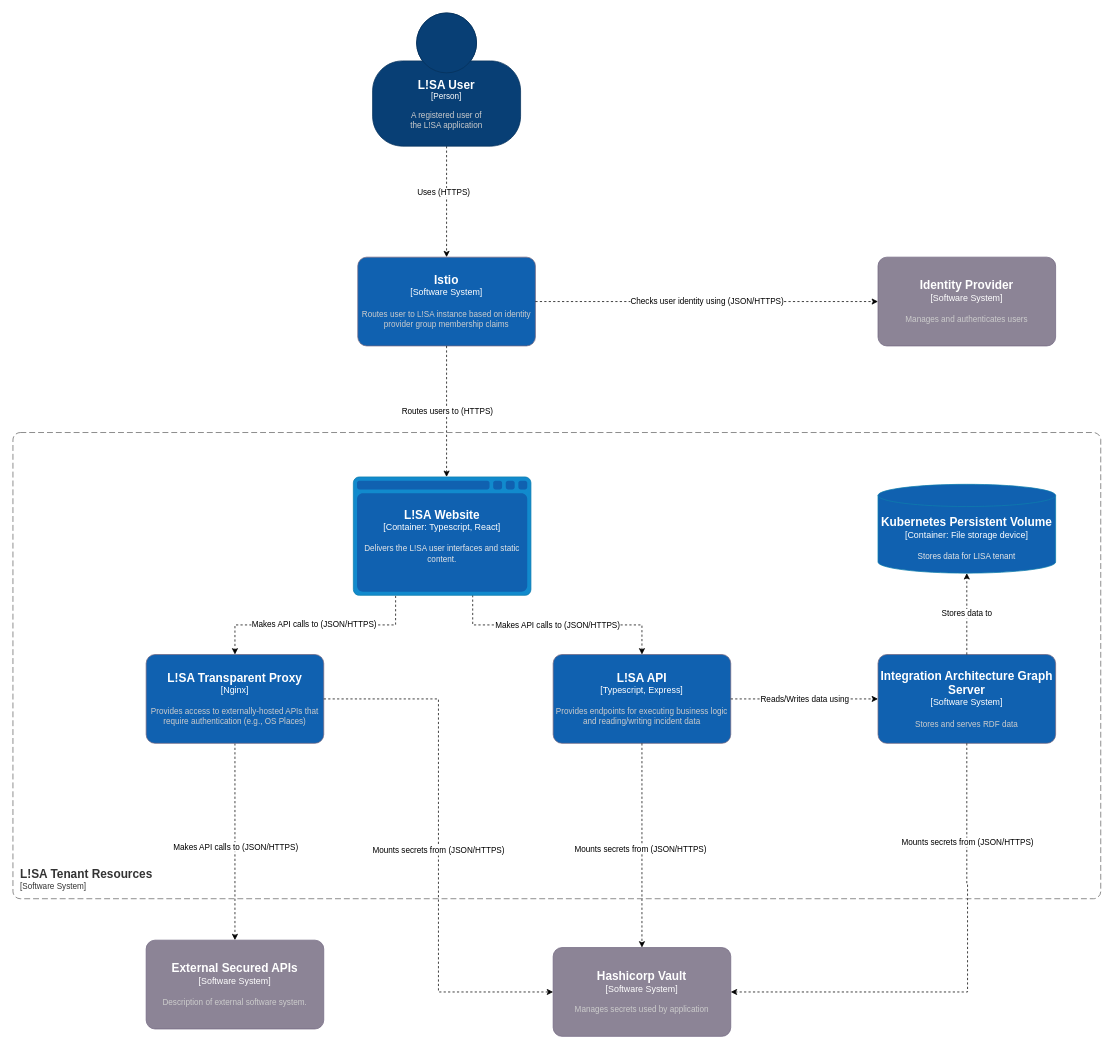
Earlier version of the draw.io diagram page "Level 2" (2 of 2) of diagrams/c4/LISA C4.drawio (National-Digital-Twin/LISA). Source tidied: cells renumbered, new cells numbered last; positions are measured from the earlier drawing's top-left corner, leaving out a move shared by most shapes. Both pictures are drawn from the tidied source at 74%, with x=0, y=0 at pixel (13, 13).
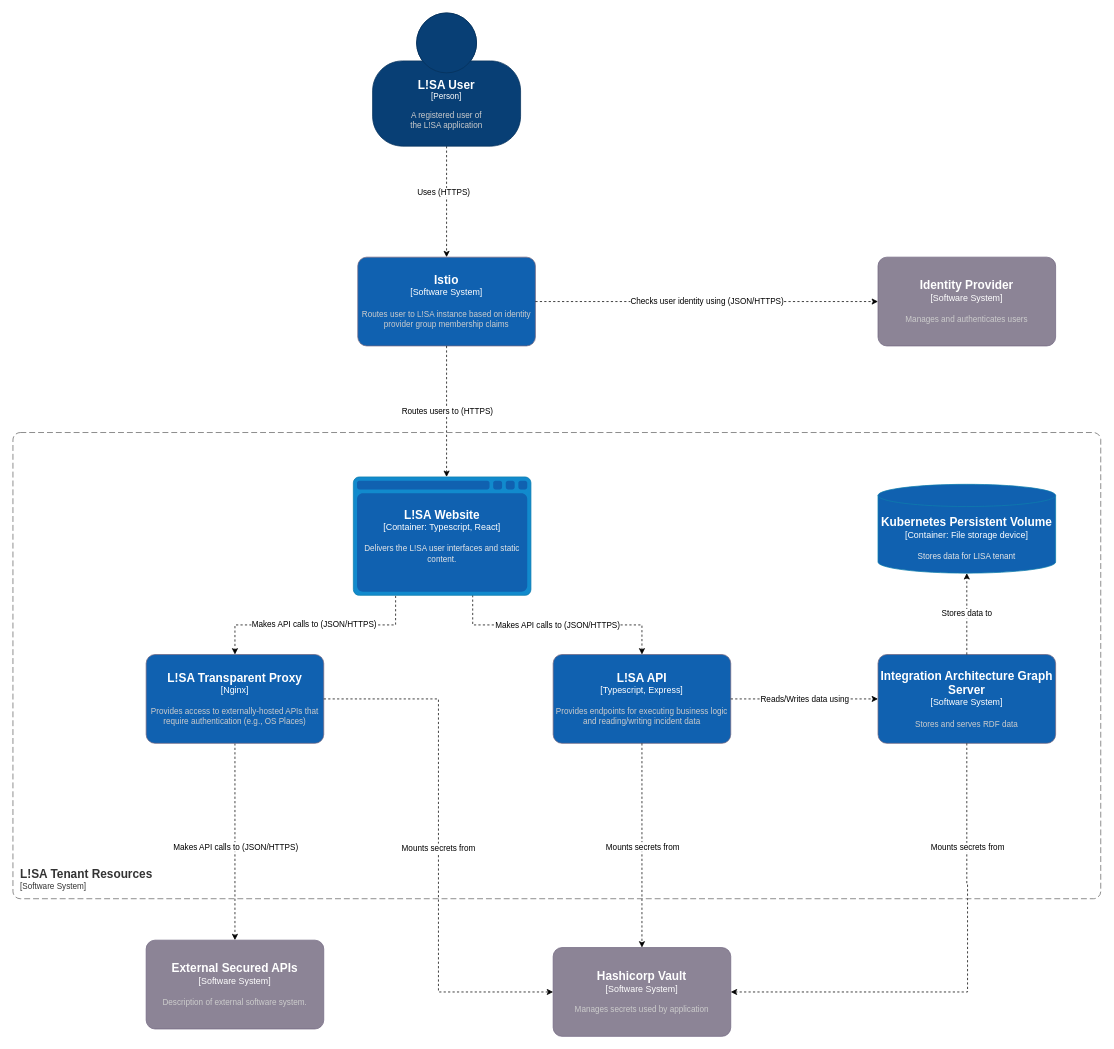
Above is the later version.

Commit message (it also covers changes not shown here):
feature(DPAV-1055): minor correction to secrets protocol in C4 model

The change refers to these unchanged cells:
```xml
<object id="9" label="&lt;font style=&quot;font-size: 16px&quot;&gt;&lt;b&gt;%c4Name%&lt;/b&gt;&lt;/font&gt;&lt;div&gt;[%c4Type%]&lt;/div&gt;&lt;br&gt;&lt;div&gt;&lt;font style=&quot;font-size: 11px&quot;&gt;&lt;font color=&quot;#cccccc&quot;&gt;%c4Description%&lt;/font&gt;&lt;/div&gt;" c4Description="Provides access to externally-hosted APIs that require authentication (e.g., OS Places)" c4Name="L!SA Transparent Proxy" c4Type="Nginx" placeholders="1">
  <mxCell style="rounded=1;whiteSpace=wrap;html=1;labelBackgroundColor=none;fillColor=light-dark(#1061b0, #7e7787);fontColor=#ffffff;align=center;arcSize=10;strokeColor=#736782;points=[[0.25,0,0],[0.5,0,0],[0.75,0,0],[1,0.25,0],[1,0.5,0],[1,0.75,0],[0.75,1,0],[0.5,1,0],[0.25,1,0],[0,0.75,0],[0,0.5,0],[0,0.25,0]];" parent="1" vertex="1">
    <mxGeometry x="180" y="867" width="240" height="120" as="geometry" />
  </mxCell>
</object>
<object id="16" label="&lt;font style=&quot;font-size: 16px&quot;&gt;&lt;b&gt;%c4Name%&lt;/b&gt;&lt;/font&gt;&lt;div&gt;[%c4Type%]&lt;/div&gt;&lt;br&gt;&lt;div&gt;&lt;font style=&quot;font-size: 11px&quot;&gt;&lt;font color=&quot;#cccccc&quot;&gt;%c4Description%&lt;/font&gt;&lt;/div&gt;" c4Description="Manages secrets used by application" c4Name="Hashicorp Vault" c4Type="Software System" placeholders="1">
  <mxCell style="rounded=1;whiteSpace=wrap;html=1;labelBackgroundColor=none;fillColor=#8C8496;fontColor=#ffffff;align=center;arcSize=10;strokeColor=#736782;points=[[0.25,0,0],[0.5,0,0],[0.75,0,0],[1,0.25,0],[1,0.5,0],[1,0.75,0],[0.75,1,0],[0.5,1,0],[0.25,1,0],[0,0.75,0],[0,0.5,0],[0,0.25,0]];" parent="1" vertex="1">
    <mxGeometry x="730" y="1263" width="240" height="120" as="geometry" />
  </mxCell>
</object>
<mxCell id="22" style="edgeStyle=orthogonalEdgeStyle;rounded=0;jettySize=auto;html=1;entryX=0.5;entryY=0;entryDx=0;entryDy=0;entryPerimeter=0;dashed=1;exitX=0.5;exitY=1;exitDx=0;exitDy=0;exitPerimeter=0;" parent="1" edge="1" source="6" target="16">
  <mxGeometry relative="1" as="geometry" />
</mxCell>
<mxCell id="25" style="edgeStyle=orthogonalEdgeStyle;rounded=0;jettySize=auto;html=1;entryX=1;entryY=0.5;entryDx=0;entryDy=0;entryPerimeter=0;dashed=1;exitX=0.5;exitY=1;exitDx=0;exitDy=0;exitPerimeter=0;" parent="1" edge="1" source="13" target="16">
  <mxGeometry relative="1" as="geometry">
    <Array as="points">
      <mxPoint x="1290" y="1177" />
    </Array>
  </mxGeometry>
</mxCell>
```

The edit, as a diff of the source:
```diff
@@
-    <mxCell id="23" value="Mounts secrets from (JSON/HTTPS)" style="edgeLabel;html=1;align=center;verticalAlign=middle;" parent="22" vertex="1">
-      <mxGeometry x="0.03" y="-3" relative="1" as="geometry" />
+    <mxCell id="23" value="Mounts secrets from" style="edgeLabel;html=1;align=center;verticalAlign=middle;" parent="22" vertex="1">
+      <mxGeometry x="0.03" y="-3" relative="1" as="geometry">
+        <mxPoint x="3" y="-3" as="offset" />
+      </mxGeometry>
     </mxCell>
-    <mxCell id="24" value="Mounts secrets from (JSON/HTTPS)" style="edgeStyle=orthogonalEdgeStyle;rounded=0;jettySize=auto;html=1;entryX=0;entryY=0.5;entryDx=0;entryDy=0;entryPerimeter=0;dashed=1;" parent="1" edge="1" source="9" target="16">
-      <mxGeometry x="0.02" relative="1" as="geometry" />
+    <mxCell id="24" value="Mounts secrets from" style="edgeStyle=orthogonalEdgeStyle;rounded=0;jettySize=auto;html=1;entryX=0;entryY=0.5;entryDx=0;entryDy=0;entryPerimeter=0;dashed=1;" parent="1" edge="1" source="9" target="16">
+      <mxGeometry x="0.01" relative="1" as="geometry" />
     </mxCell>
@@
-    <mxCell id="26" value="Mounts secrets from (JSON/HTTPS)" style="edgeLabel;html=1;align=center;verticalAlign=middle;" parent="25" vertex="1">
+    <mxCell id="26" value="Mounts secrets from" style="edgeLabel;html=1;align=center;verticalAlign=middle;" parent="25" vertex="1">
       <mxGeometry x="-0.73" relative="1" as="geometry">
-        <mxPoint y="44" as="offset" />
+        <mxPoint y="51" as="offset" />
       </mxGeometry>
     </mxCell>
```
